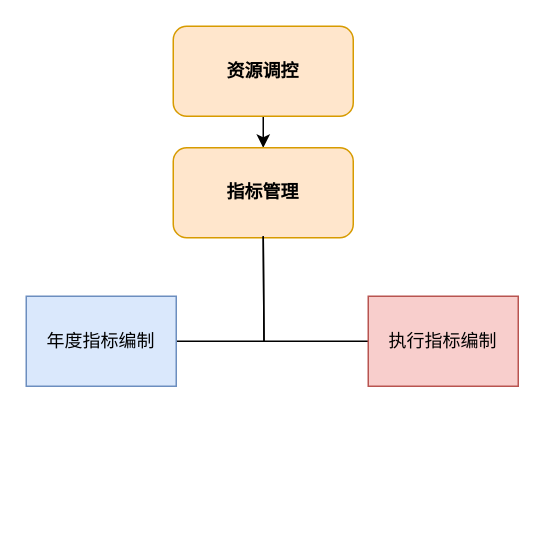
jetluo/jetluo.github.io keeps this draw.io diagram as 资源调控.drawio. Above is the earlier version. Source tidied: cells renumbered, new cells numbered last; positions are measured from the earlier drawing's top-left corner, leaving out a move shared by most shapes. Both pictures are drawn from the tidied source at 150%, with x=0, y=0 at pixel (26, 26).
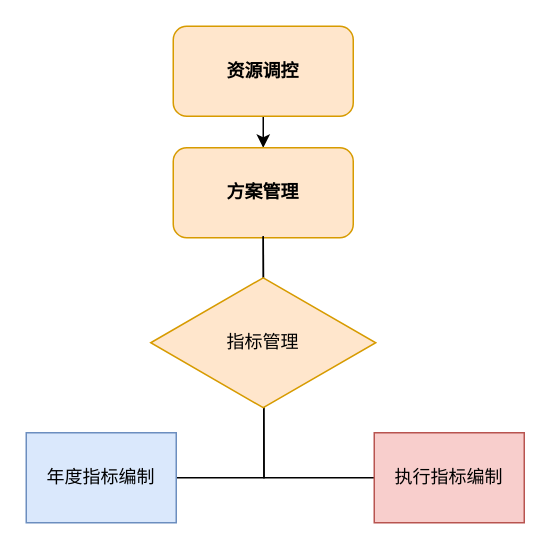
After the change.

Commit message (it also covers changes not shown here):
更新资源调控.drawio

Diff of the diagram source:
```diff
@@
 <mxGraphModel>
   <root>
     <mxCell id="0" />
     <mxCell id="1" parent="0" />
     <mxCell id="2" style="edgeStyle=orthogonalEdgeStyle;rounded=0;jettySize=auto;html=1;" parent="1" edge="1" source="3" target="4">
       <mxGeometry relative="1" as="geometry" />
     </mxCell>
     <mxCell id="3" value="资源调控" style="rounded=1;whiteSpace=wrap;html=1;fillColor=#ffe6cc;strokeColor=#d79b00;fontStyle=1;" parent="1" vertex="1">
       <mxGeometry x="98" width="120" height="60" as="geometry" />
     </mxCell>
-    <mxCell id="4" value="指标管理" style="whiteSpace=wrap;html=1;fillColor=#ffe6cc;strokeColor=#d79b00;rounded=1;fontStyle=1;" parent="1" vertex="1">
+    <mxCell id="4" value="方案管理" style="whiteSpace=wrap;html=1;fillColor=#ffe6cc;strokeColor=#d79b00;rounded=1;fontStyle=1;" parent="1" vertex="1">
       <mxGeometry x="98" y="81" width="120" height="60" as="geometry" />
     </mxCell>
     <mxCell id="5" style="edgeStyle=orthogonalEdgeStyle;sourcePerimeterSpacing=0;targetPerimeterSpacing=0;startArrow=none;endArrow=none;rounded=0;targetPortConstraint=eastwest;sourcePortConstraint=northsouth;curved=0;rounded=0;" parent="1" edge="1" target="7">
       <mxGeometry relative="1" as="geometry">
         <mxPoint x="158" y="140" as="sourcePoint" />
       </mxGeometry>
     </mxCell>
     <mxCell id="6" style="edgeStyle=orthogonalEdgeStyle;sourcePerimeterSpacing=0;targetPerimeterSpacing=0;startArrow=none;endArrow=none;rounded=0;targetPortConstraint=eastwest;sourcePortConstraint=northsouth;curved=0;rounded=0;" parent="1" edge="1" target="8">
       <mxGeometry relative="1" as="geometry">
         <mxPoint x="158" y="140" as="sourcePoint" />
       </mxGeometry>
     </mxCell>
     <mxCell id="7" value="年度指标编制" style="whiteSpace=wrap;html=1;align=center;verticalAlign=middle;fillColor=#dae8fc;strokeColor=#6c8ebf;" parent="1" vertex="1">
-      <mxGeometry y="180" width="100" height="60" as="geometry" />
+      <mxGeometry y="271" width="100" height="60" as="geometry" />
     </mxCell>
     <mxCell id="8" value="执行指标编制" style="whiteSpace=wrap;html=1;align=center;verticalAlign=middle;fillColor=#f8cecc;strokeColor=#b85450;" parent="1" vertex="1">
-      <mxGeometry x="228" y="180" width="100" height="60" as="geometry" />
+      <mxGeometry x="232" y="271" width="100" height="60" as="geometry" />
     </mxCell>
+    <mxCell id="9" value="指标管理" style="html=1;whiteSpace=wrap;shape=isoRectangle;fillColor=#ffe6cc;strokeColor=#d79b00;" parent="1" vertex="1">
+      <mxGeometry x="83" y="166" width="150" height="90" as="geometry" />
+    </mxCell>
   </root>
 </mxGraphModel>
```
